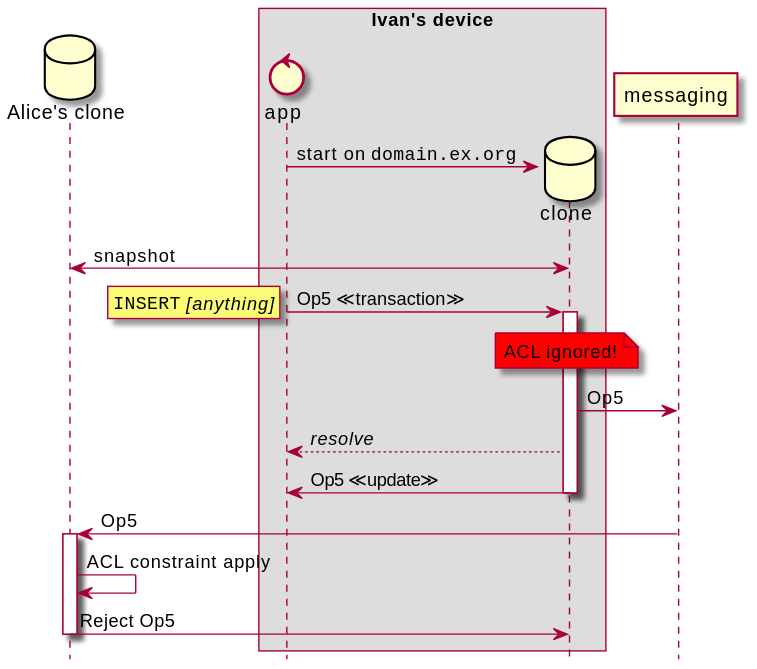
Earlier version of the PlantUML export design/img/4-ivan-malware-clone-reject.seq.svg (m-ld/m-ld-security-spec).
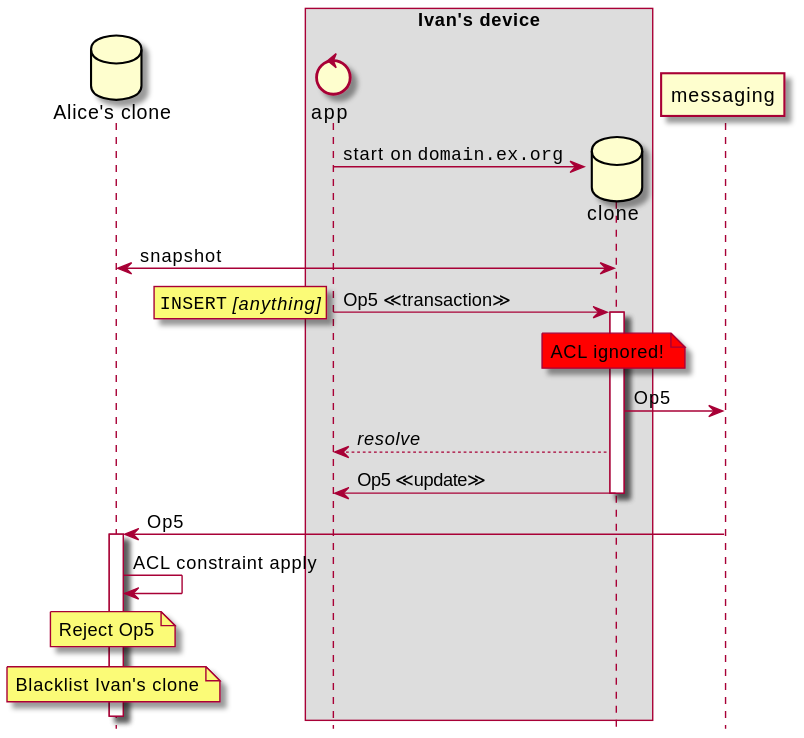
After the commit.

What changed in the source:
```diff
@@ -21,6 +21,7 @@
 
 messaging -> genesis ++: Op5
 genesis -> genesis: ACL constraint apply
-genesis -> clone3 --: Reject Op5
+note over genesis: Reject Op5
+note over genesis: Blacklist Ivan's clone
 
 @enduml
```
